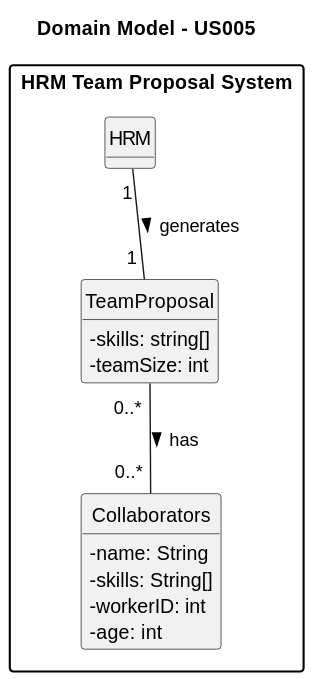
Earlier version of the PlantUML export docs/sprintA/us005/02.analysis/svg/us005-domain-model.svg (SAEmanuel/Green_Spaces_Management_ISEP).
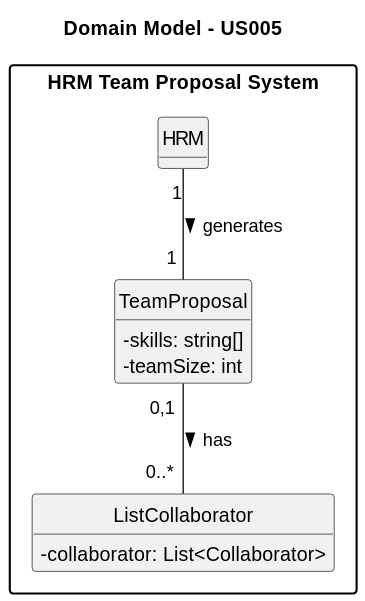
The same file after the commit.

Change to the diagram source:
```diff
@@ -19,14 +19,11 @@
         - teamSize: int
     }
 
-    class Collaborators {
-        - name: String
-        - skills: String[]
-        - workerID: int
-        - age: int
+    class ListCollaborator {
+        - collaborator: List<Collaborator>
     }
 
     HRM "1" -- "1 " TeamProposal : generates >
-    TeamProposal "0..* " -- "0..* " Collaborators : has >
+    TeamProposal "0,1 " -- "0..* " ListCollaborator : has >
 }
 @enduml
```
